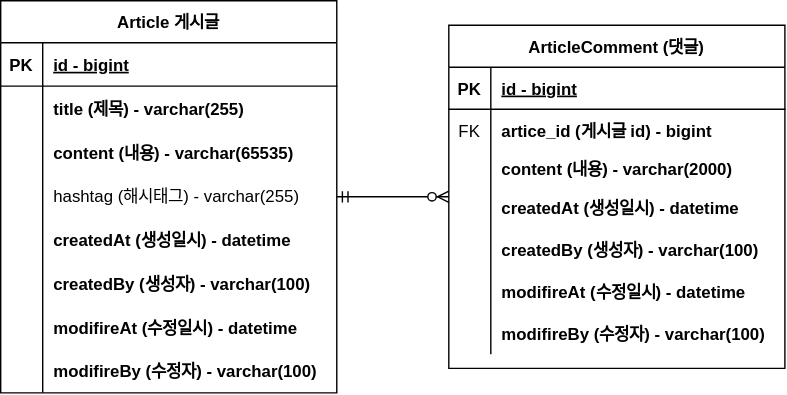
Before: document/project-board-erd.svg, a diagram exported from draw.io (jyung17/fastcampus-project-board-j). Source tidied: cells renumbered, new cells last; positions are measured from the earlier drawing's top-left corner, leaving out a move shared by most shapes.
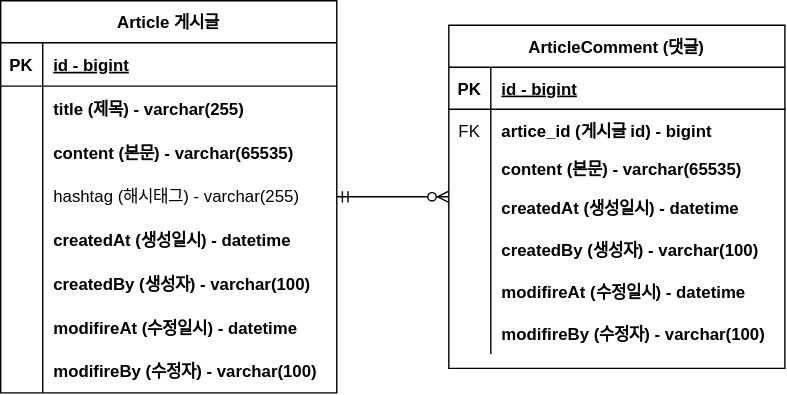
After the commit.

Commit message:
#8 - ERD 주석 업데이트 : project-board-erd.svg 업데이트

The edit, as a diff of the source:
```diff
@@ -29,7 +29,7 @@
     <mxCell id="10" style="shape=partialRectangle;overflow=hidden;fillColor=none;top=0;left=0;bottom=0;right=0;" parent="9" vertex="1">
       <mxGeometry width="30" height="31" as="geometry" />
     </mxCell>
-    <mxCell id="11" value="content (내용) - varchar(65535)" style="shape=partialRectangle;overflow=hidden;fillColor=none;top=0;left=0;bottom=0;right=0;align=left;spacingLeft=6;fontStyle=1;" parent="9" vertex="1">
+    <mxCell id="11" value="content (본문) - varchar(65535)" style="shape=partialRectangle;overflow=hidden;fillColor=none;top=0;left=0;bottom=0;right=0;align=left;spacingLeft=6;fontStyle=1;" parent="9" vertex="1">
       <mxGeometry x="30" width="210" height="31" as="geometry" />
     </mxCell>
     <mxCell id="12" style="shape=partialRectangle;fillColor=none;top=0;left=0;right=0;bottom=0;" parent="2" vertex="1">
@@ -104,7 +104,7 @@
     <mxCell id="35" style="shape=partialRectangle;overflow=hidden;fillColor=none;top=0;left=0;bottom=0;right=0;" parent="34" vertex="1">
       <mxGeometry width="30" height="25" as="geometry" />
     </mxCell>
-    <mxCell id="36" value="content (내용) - varchar(2000)" style="shape=partialRectangle;overflow=hidden;fillColor=none;top=0;left=0;bottom=0;right=0;align=left;spacingLeft=6;fontStyle=1;" parent="34" vertex="1">
+    <mxCell id="36" value="content (본문) - varchar(65535)" style="shape=partialRectangle;overflow=hidden;fillColor=none;top=0;left=0;bottom=0;right=0;align=left;spacingLeft=6;fontStyle=1;" parent="34" vertex="1">
       <mxGeometry x="30" width="210" height="25" as="geometry" />
     </mxCell>
     <mxCell id="37" style="shape=partialRectangle;fillColor=none;top=0;left=0;right=0;bottom=0;" parent="27" vertex="1">
```
